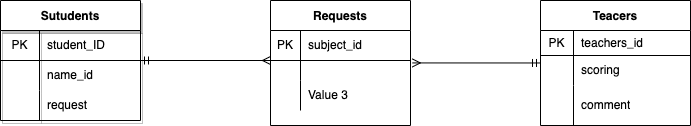
Earlier version of the draw.io export index.drawio.png (yuya1228/Database). Source tidied: cells renumbered, new cells last; positions are measured from the earlier drawing's top-left corner, leaving out a move shared by most shapes.
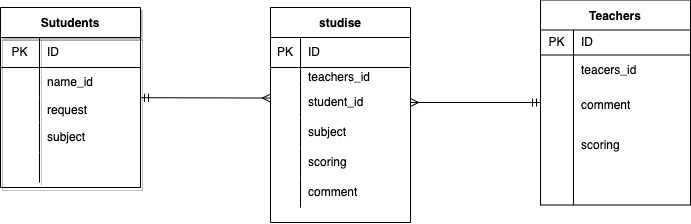
Later version of the same file.

Commit message:
データベース演習問題

Change to the diagram source:
```diff
@@ -2,11 +2,11 @@
   <root>
     <mxCell id="0" />
     <mxCell id="1" parent="0" />
-    <mxCell id="2" style="edgeStyle=none;html=1;entryX=1.013;entryY=1.081;entryDx=0;entryDy=0;entryPerimeter=0;startArrow=ERmandOne;startFill=0;endArrow=ERmany;endFill=0;" parent="1" edge="1" source="3" target="14">
-      <mxGeometry relative="1" as="geometry" />
-    </mxCell>
+    <mxCell id="34" style="edgeStyle=none;html=1;entryX=1;entryY=0.5;entryDx=0;entryDy=0;startArrow=ERmandOne;startFill=0;endArrow=ERmany;endFill=0;" parent="1" edge="1" source="3" target="20">
+      <mxGeometry relative="1" as="geometry" />
+    </mxCell>
-    <mxCell id="3" value="Teacers" style="shape=table;startSize=30;rowLines=0;fontStyle=1;align=center;" parent="1" vertex="1">
-      <mxGeometry x="540" width="150" height="125" as="geometry" />
+    <mxCell id="3" value="Teachers" style="shape=table;startSize=30;rowLines=0;fontStyle=1;align=center;" parent="1" vertex="1">
+      <mxGeometry x="540" y="-7.5" width="150" height="205" as="geometry" />
     </mxCell>
     <mxCell id="4" style="shape=partialRectangle;html=1;whiteSpace=wrap;fillColor=none;top=0;left=0;bottom=1;right=0;" parent="3" vertex="1">
       <mxGeometry y="30" width="150" height="25" as="geometry" />
@@ -14,7 +14,7 @@
     <mxCell id="5" value="PK" style="shape=partialRectangle;html=1;whiteSpace=wrap;fillColor=none;top=0;left=0;bottom=0;right=0;overflow=hidden;" parent="4" vertex="1">
       <mxGeometry width="33" height="25" as="geometry" />
     </mxCell>
-    <mxCell id="6" value="teachers_id" style="shape=partialRectangle;html=1;whiteSpace=wrap;fillColor=none;top=0;left=0;bottom=0;right=0;align=left;spacingLeft=6;overflow=hidden;" parent="4" vertex="1">
+    <mxCell id="6" value="ID" style="shape=partialRectangle;html=1;whiteSpace=wrap;fillColor=none;top=0;left=0;bottom=0;right=0;align=left;spacingLeft=6;overflow=hidden;" parent="4" vertex="1">
       <mxGeometry x="33" width="117" height="25" as="geometry" />
     </mxCell>
     <mxCell id="7" style="shape=partialRectangle;html=1;whiteSpace=wrap;fillColor=none;top=0;left=0;bottom=0;right=0;" parent="3" vertex="1">
@@ -23,7 +23,7 @@
     <mxCell id="8" style="shape=partialRectangle;html=1;whiteSpace=wrap;fillColor=none;top=0;left=0;bottom=0;right=0;overflow=hidden;" parent="7" vertex="1">
       <mxGeometry width="33" height="30" as="geometry" />
     </mxCell>
-    <mxCell id="9" value="scoring" style="shape=partialRectangle;html=1;whiteSpace=wrap;fillColor=none;top=0;left=0;bottom=0;right=0;align=left;spacingLeft=6;overflow=hidden;" parent="7" vertex="1">
+    <mxCell id="9" value="teacers_id" style="shape=partialRectangle;html=1;whiteSpace=wrap;fillColor=none;top=0;left=0;bottom=0;right=0;align=left;spacingLeft=6;overflow=hidden;" parent="7" vertex="1">
       <mxGeometry x="33" width="117" height="30" as="geometry" />
     </mxCell>
     <mxCell id="10" style="shape=partialRectangle;html=1;whiteSpace=wrap;fillColor=none;top=0;left=0;bottom=0;right=0;" parent="3" vertex="1">
@@ -35,8 +35,26 @@
     <mxCell id="12" value="comment" style="shape=partialRectangle;html=1;whiteSpace=wrap;fillColor=none;top=0;left=0;bottom=0;right=0;align=left;spacingLeft=6;overflow=hidden;" parent="10" vertex="1">
       <mxGeometry x="33" width="117" height="40" as="geometry" />
     </mxCell>
+    <mxCell id="35" style="shape=partialRectangle;html=1;whiteSpace=wrap;fillColor=none;top=0;left=0;bottom=0;right=0;" parent="3" vertex="1">
+      <mxGeometry y="125" width="150" height="40" as="geometry" />
+    </mxCell>
+    <mxCell id="36" style="shape=partialRectangle;html=1;whiteSpace=wrap;fillColor=none;top=0;left=0;bottom=0;right=0;overflow=hidden;" parent="35" vertex="1">
+      <mxGeometry width="33" height="40" as="geometry" />
+    </mxCell>
+    <mxCell id="37" value="&lt;span&gt;scoring&lt;/span&gt;" style="shape=partialRectangle;html=1;whiteSpace=wrap;fillColor=none;top=0;left=0;bottom=0;right=0;align=left;spacingLeft=6;overflow=hidden;" parent="35" vertex="1">
+      <mxGeometry x="33" width="117" height="40" as="geometry" />
+    </mxCell>
+    <mxCell id="38" style="shape=partialRectangle;html=1;whiteSpace=wrap;fillColor=none;top=0;left=0;bottom=0;right=0;" parent="3" vertex="1">
+      <mxGeometry y="165" width="150" height="40" as="geometry" />
+    </mxCell>
+    <mxCell id="39" style="shape=partialRectangle;html=1;whiteSpace=wrap;fillColor=none;top=0;left=0;bottom=0;right=0;overflow=hidden;" parent="38" vertex="1">
+      <mxGeometry width="33" height="40" as="geometry" />
+    </mxCell>
+    <mxCell id="40" style="shape=partialRectangle;html=1;whiteSpace=wrap;fillColor=none;top=0;left=0;bottom=0;right=0;align=left;spacingLeft=6;overflow=hidden;" parent="38" vertex="1">
+      <mxGeometry x="33" width="117" height="40" as="geometry" />
+    </mxCell>
-    <mxCell id="13" value="Requests" style="shape=table;startSize=30;rowLines=0;fontStyle=1;align=center;" parent="1" vertex="1">
-      <mxGeometry x="270" width="140" height="125" as="geometry" />
+    <mxCell id="13" value="studise" style="shape=table;startSize=30;rowLines=0;fontStyle=1;align=center;" parent="1" vertex="1">
+      <mxGeometry x="270" width="140" height="215" as="geometry" />
     </mxCell>
     <mxCell id="14" style="shape=partialRectangle;html=1;whiteSpace=wrap;fillColor=none;top=0;left=0;bottom=1;right=0;points=[[0,0.5],[1,0.5]];portConstraint=eastwest;" parent="13" vertex="1">
       <mxGeometry y="30" width="140" height="30" as="geometry" />
@@ -44,7 +62,7 @@
     <mxCell id="15" value="PK" style="shape=partialRectangle;html=1;whiteSpace=wrap;fillColor=none;top=0;left=0;bottom=0;right=0;overflow=hidden;" parent="14" vertex="1">
       <mxGeometry width="30" height="30" as="geometry" />
     </mxCell>
-    <mxCell id="16" value="subject_id" style="shape=partialRectangle;html=1;whiteSpace=wrap;fillColor=none;top=0;left=0;bottom=0;right=0;align=left;spacingLeft=6;overflow=hidden;" parent="14" vertex="1">
+    <mxCell id="16" value="ID" style="shape=partialRectangle;html=1;whiteSpace=wrap;fillColor=none;top=0;left=0;bottom=0;right=0;align=left;spacingLeft=6;overflow=hidden;" parent="14" vertex="1">
       <mxGeometry x="30" width="110" height="30" as="geometry" />
     </mxCell>
     <mxCell id="17" style="shape=partialRectangle;html=1;whiteSpace=wrap;fillColor=none;top=0;left=0;bottom=0;right=0;" parent="13" vertex="1">
@@ -53,7 +71,7 @@
     <mxCell id="18" style="shape=partialRectangle;html=1;whiteSpace=wrap;fillColor=none;top=0;left=0;bottom=0;right=0;overflow=hidden;" parent="17" vertex="1">
       <mxGeometry width="30" height="20" as="geometry" />
     </mxCell>
-    <mxCell id="19" style="shape=partialRectangle;html=1;whiteSpace=wrap;fillColor=none;top=0;left=0;bottom=0;right=0;align=left;spacingLeft=6;overflow=hidden;" parent="17" vertex="1">
+    <mxCell id="19" value="teachers_id" style="shape=partialRectangle;html=1;whiteSpace=wrap;fillColor=none;top=0;left=0;bottom=0;right=0;align=left;spacingLeft=6;overflow=hidden;" parent="17" vertex="1">
       <mxGeometry x="30" width="110" height="20" as="geometry" />
     </mxCell>
     <mxCell id="20" style="shape=partialRectangle;html=1;whiteSpace=wrap;fillColor=none;top=0;left=0;bottom=0;right=0;points=[[0,0.5],[1,0.5]];portConstraint=eastwest;" parent="13" vertex="1">
@@ -62,16 +80,41 @@
     <mxCell id="21" style="shape=partialRectangle;html=1;whiteSpace=wrap;fillColor=none;top=0;left=0;bottom=0;right=0;overflow=hidden;" parent="20" vertex="1">
       <mxGeometry width="30" height="30" as="geometry" />
     </mxCell>
-    <mxCell id="22" value="Value 3" style="shape=partialRectangle;html=1;whiteSpace=wrap;fillColor=none;top=0;left=0;bottom=0;right=0;align=left;spacingLeft=6;overflow=hidden;" parent="20" vertex="1">
+    <mxCell id="22" value="student_id" style="shape=partialRectangle;html=1;whiteSpace=wrap;fillColor=none;top=0;left=0;bottom=0;right=0;align=left;spacingLeft=6;overflow=hidden;" parent="20" vertex="1">
       <mxGeometry x="30" width="110" height="30" as="geometry" />
     </mxCell>
+    <mxCell id="41" style="shape=partialRectangle;html=1;whiteSpace=wrap;fillColor=none;top=0;left=0;bottom=0;right=0;" parent="13" vertex="1">
+      <mxGeometry y="110" width="140" height="30" as="geometry" />
+    </mxCell>
+    <mxCell id="42" style="shape=partialRectangle;html=1;whiteSpace=wrap;fillColor=none;top=0;left=0;bottom=0;right=0;overflow=hidden;" parent="41" vertex="1">
+      <mxGeometry width="30" height="30" as="geometry" />
+    </mxCell>
+    <mxCell id="43" value="&lt;span&gt;subject&lt;/span&gt;" style="shape=partialRectangle;html=1;whiteSpace=wrap;fillColor=none;top=0;left=0;bottom=0;right=0;align=left;spacingLeft=6;overflow=hidden;" parent="41" vertex="1">
+      <mxGeometry x="30" width="110" height="30" as="geometry" />
+    </mxCell>
+    <mxCell id="44" style="shape=partialRectangle;html=1;whiteSpace=wrap;fillColor=none;top=0;left=0;bottom=0;right=0;" parent="13" vertex="1">
+      <mxGeometry y="140" width="140" height="30" as="geometry" />
+    </mxCell>
+    <mxCell id="45" style="shape=partialRectangle;html=1;whiteSpace=wrap;fillColor=none;top=0;left=0;bottom=0;right=0;overflow=hidden;" parent="44" vertex="1">
+      <mxGeometry width="30" height="30" as="geometry" />
+    </mxCell>
+    <mxCell id="46" value="scoring" style="shape=partialRectangle;html=1;whiteSpace=wrap;fillColor=none;top=0;left=0;bottom=0;right=0;align=left;spacingLeft=6;overflow=hidden;" parent="44" vertex="1">
+      <mxGeometry x="30" width="110" height="30" as="geometry" />
+    </mxCell>
+    <mxCell id="47" style="shape=partialRectangle;html=1;whiteSpace=wrap;fillColor=none;top=0;left=0;bottom=0;right=0;" parent="13" vertex="1">
+      <mxGeometry y="170" width="140" height="30" as="geometry" />
+    </mxCell>
+    <mxCell id="48" style="shape=partialRectangle;html=1;whiteSpace=wrap;fillColor=none;top=0;left=0;bottom=0;right=0;overflow=hidden;" parent="47" vertex="1">
+      <mxGeometry width="30" height="30" as="geometry" />
+    </mxCell>
+    <mxCell id="49" value="comment" style="shape=partialRectangle;html=1;whiteSpace=wrap;fillColor=none;top=0;left=0;bottom=0;right=0;align=left;spacingLeft=6;overflow=hidden;" parent="47" vertex="1">
+      <mxGeometry x="30" width="110" height="30" as="geometry" />
+    </mxCell>
-    <mxCell id="23" style="edgeStyle=none;html=1;startArrow=ERmandOne;startFill=0;endArrow=ERmany;endFill=0;" parent="1" edge="1" source="24">
-      <mxGeometry relative="1" as="geometry">
-        <mxPoint x="270" y="60" as="targetPoint" />
-      </mxGeometry>
+    <mxCell id="23" style="edgeStyle=none;html=1;startArrow=ERmandOne;startFill=0;endArrow=ERmany;endFill=0;entryX=0;entryY=0.352;entryDx=0;entryDy=0;entryPerimeter=0;" parent="1" edge="1" source="24" target="20">
+      <mxGeometry relative="1" as="geometry" />
     </mxCell>
     <mxCell id="24" value="Sutudents" style="shape=table;startSize=30;rowLines=0;fontStyle=1;align=center;shadow=1;" parent="1" vertex="1">
-      <mxGeometry width="140" height="120" as="geometry" />
+      <mxGeometry width="140" height="180" as="geometry" />
     </mxCell>
     <mxCell id="25" style="shape=partialRectangle;html=1;whiteSpace=wrap;fillColor=none;top=0;left=0;bottom=1;right=0;" parent="24" vertex="1">
       <mxGeometry y="30" width="140" height="30" as="geometry" />
@@ -79,7 +122,7 @@
     <mxCell id="26" value="PK" style="shape=partialRectangle;html=1;whiteSpace=wrap;fillColor=none;top=0;left=0;bottom=0;right=0;overflow=hidden;" parent="25" vertex="1">
       <mxGeometry width="39" height="30" as="geometry" />
     </mxCell>
-    <mxCell id="27" value="student_ID" style="shape=partialRectangle;html=1;whiteSpace=wrap;fillColor=none;top=0;left=0;bottom=0;right=0;align=left;spacingLeft=6;overflow=hidden;" parent="25" vertex="1">
+    <mxCell id="27" value="ID" style="shape=partialRectangle;html=1;whiteSpace=wrap;fillColor=none;top=0;left=0;bottom=0;right=0;align=left;spacingLeft=6;overflow=hidden;" parent="25" vertex="1">
       <mxGeometry x="39" width="101" height="30" as="geometry" />
     </mxCell>
     <mxCell id="28" style="shape=partialRectangle;html=1;whiteSpace=wrap;fillColor=none;top=0;left=0;bottom=0;right=0;" parent="24" vertex="1">
@@ -92,13 +135,31 @@
       <mxGeometry x="39" width="101" height="30" as="geometry" />
     </mxCell>
     <mxCell id="31" style="shape=partialRectangle;html=1;whiteSpace=wrap;fillColor=none;top=0;left=0;bottom=0;right=0;" parent="24" vertex="1">
-      <mxGeometry y="90" width="140" height="30" as="geometry" />
+      <mxGeometry y="90" width="140" height="25" as="geometry" />
     </mxCell>
     <mxCell id="32" style="shape=partialRectangle;html=1;whiteSpace=wrap;fillColor=none;top=0;left=0;bottom=0;right=0;overflow=hidden;" parent="31" vertex="1">
-      <mxGeometry width="39" height="30" as="geometry" />
+      <mxGeometry width="39" height="25" as="geometry" />
     </mxCell>
     <mxCell id="33" value="request" style="shape=partialRectangle;html=1;whiteSpace=wrap;fillColor=none;top=0;left=0;bottom=0;right=0;align=left;spacingLeft=6;overflow=hidden;" parent="31" vertex="1">
-      <mxGeometry x="39" width="101" height="30" as="geometry" />
+      <mxGeometry x="39" width="101" height="25" as="geometry" />
     </mxCell>
+    <mxCell id="50" style="shape=partialRectangle;html=1;whiteSpace=wrap;fillColor=none;top=0;left=0;bottom=0;right=0;" parent="24" vertex="1">
+      <mxGeometry y="115" width="140" height="30" as="geometry" />
+    </mxCell>
+    <mxCell id="51" style="shape=partialRectangle;html=1;whiteSpace=wrap;fillColor=none;top=0;left=0;bottom=0;right=0;overflow=hidden;" parent="50" vertex="1">
+      <mxGeometry width="39" height="30" as="geometry" />
+    </mxCell>
+    <mxCell id="52" value="subject" style="shape=partialRectangle;html=1;whiteSpace=wrap;fillColor=none;top=0;left=0;bottom=0;right=0;align=left;spacingLeft=6;overflow=hidden;" parent="50" vertex="1">
+      <mxGeometry x="39" width="101" height="30" as="geometry" />
+    </mxCell>
+    <mxCell id="53" style="shape=partialRectangle;html=1;whiteSpace=wrap;fillColor=none;top=0;left=0;bottom=0;right=0;" parent="24" vertex="1">
+      <mxGeometry y="145" width="140" height="30" as="geometry" />
+    </mxCell>
+    <mxCell id="54" style="shape=partialRectangle;html=1;whiteSpace=wrap;fillColor=none;top=0;left=0;bottom=0;right=0;overflow=hidden;" parent="53" vertex="1">
+      <mxGeometry width="39" height="30" as="geometry" />
+    </mxCell>
+    <mxCell id="55" style="shape=partialRectangle;html=1;whiteSpace=wrap;fillColor=none;top=0;left=0;bottom=0;right=0;align=left;spacingLeft=6;overflow=hidden;" parent="53" vertex="1">
+      <mxGeometry x="39" width="101" height="30" as="geometry" />
+    </mxCell>
   </root>
 </mxGraphModel>
```
